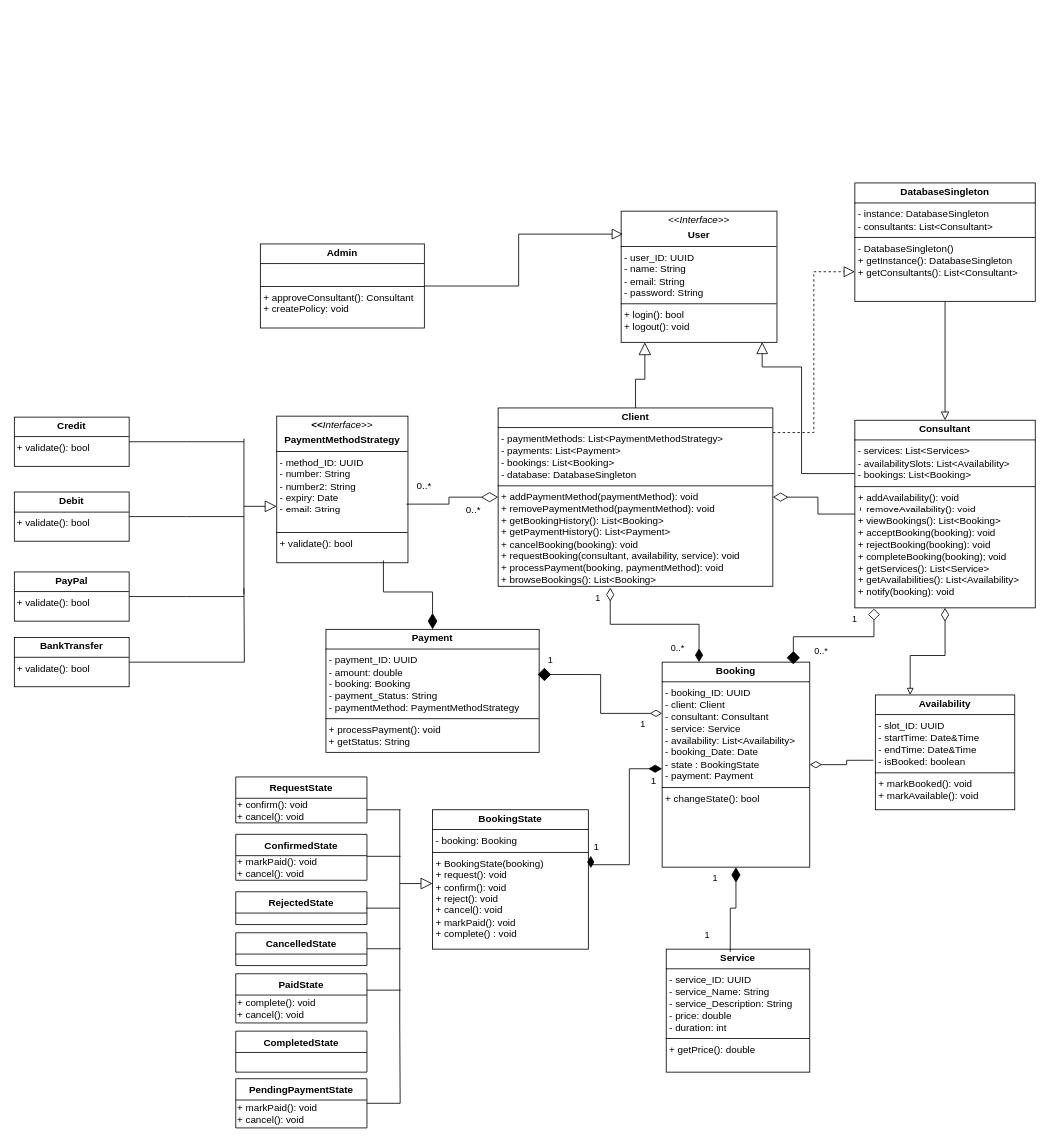
This is UML Diagrams/Class Diagrams/Class_Diagram_src.drawio.xml from yamintayyar/eecs3311-project, a draw.io file, before an edit. Source tidied: cells renumbered, new cells numbered last; positions are measured from the earlier drawing's top-left corner, leaving out a move shared by most shapes. Both pictures are drawn from the tidied source at 82%, with x=0, y=0 at pixel (14, 183).
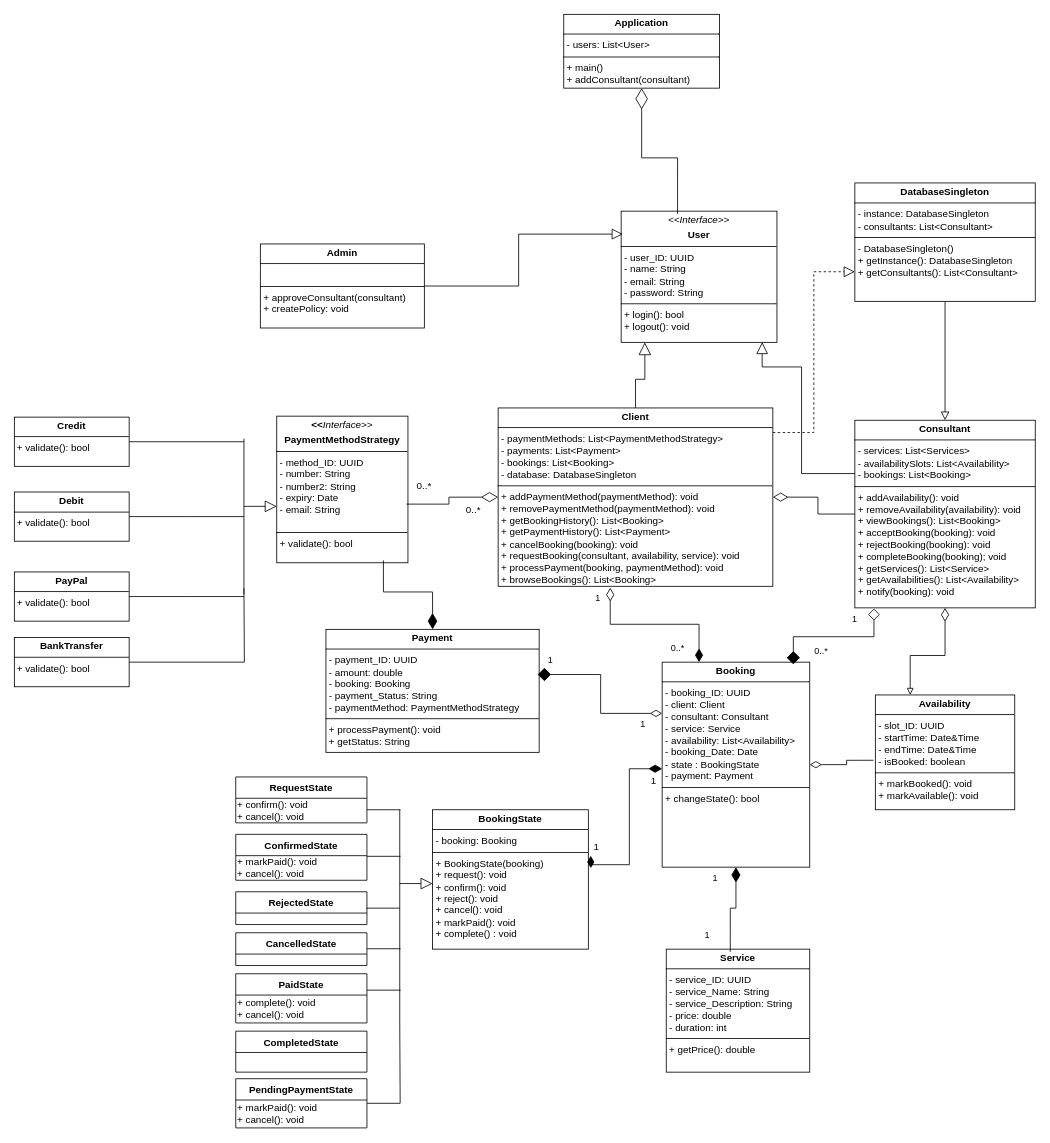
The same page after the edit.

The change refers to these unchanged cells:
```xml
<mxCell id="2" value="&lt;p style=&quot;margin:0px;margin-top:4px;text-align:center;&quot;&gt;&lt;i&gt;&amp;lt;&amp;lt;Interface&amp;gt;&amp;gt;&lt;/i&gt;&lt;/p&gt;&lt;p style=&quot;margin:0px;margin-top:4px;text-align:center;&quot;&gt;&lt;b&gt;User&lt;/b&gt;&lt;/p&gt;&lt;hr size=&quot;1&quot; style=&quot;border-style:solid;&quot;&gt;&lt;p style=&quot;margin:0px;margin-left:4px;&quot;&gt;- user_ID: UUID&lt;/p&gt;&lt;p style=&quot;margin:0px;margin-left:4px;&quot;&gt;- name: String&lt;/p&gt;&lt;p style=&quot;margin:0px;margin-left:4px;&quot;&gt;- email: String&lt;/p&gt;&lt;p style=&quot;margin:0px;margin-left:4px;&quot;&gt;- password: String&lt;/p&gt;&lt;hr size=&quot;1&quot; style=&quot;border-style:solid;&quot;&gt;&lt;p style=&quot;margin:0px;margin-left:4px;&quot;&gt;+ login(): bool&lt;/p&gt;&lt;p style=&quot;margin:0px;margin-left:4px;&quot;&gt;+ logout(): void&lt;/p&gt;" style="verticalAlign=top;align=left;overflow=fill;html=1;whiteSpace=wrap;" parent="1" vertex="1">
  <mxGeometry x="740" y="34" width="190" height="160" as="geometry" />
</mxCell>
```

Change to the diagram source:
```diff
@@
-    <mxCell id="8" value="&lt;p style=&quot;margin:0px;margin-top:4px;text-align:center;&quot;&gt;&lt;b&gt;Consultant&lt;/b&gt;&lt;/p&gt;&lt;hr size=&quot;1&quot; style=&quot;border-style:solid;&quot;&gt;&lt;p style=&quot;margin:0px;margin-left:4px;&quot;&gt;- services: List&amp;lt;Services&amp;gt;&lt;/p&gt;&lt;p style=&quot;margin:0px;margin-left:4px;&quot;&gt;- availabilitySlots: List&amp;lt;Availability&amp;gt;&lt;/p&gt;&lt;p style=&quot;margin:0px;margin-left:4px;&quot;&gt;- bookings: List&amp;lt;Booking&amp;gt;&lt;/p&gt;&lt;hr size=&quot;1&quot; style=&quot;border-style:solid;&quot;&gt;&lt;p style=&quot;margin:0px;margin-left:4px;&quot;&gt;+ addAvailability(): void&lt;/p&gt;&lt;p style=&quot;margin:0px;margin-left:4px;&quot;&gt;+ removeAvailability(): void&lt;/p&gt;&lt;p style=&quot;margin:0px;margin-left:4px;&quot;&gt;+ viewBookings(): List&amp;lt;Booking&amp;gt;&lt;/p&gt;&lt;p style=&quot;margin:0px;margin-left:4px;&quot;&gt;+ acceptBooking(booking): void&lt;/p&gt;&lt;p style=&quot;margin:0px;margin-left:4px;&quot;&gt;+ rejectBooking(booking): void&lt;/p&gt;&lt;p style=&quot;margin:0px;margin-left:4px;&quot;&gt;+ completeBooking(booking); void&lt;/p&gt;&lt;p style=&quot;margin:0px;margin-left:4px;&quot;&gt;+ getServices(): List&amp;lt;Service&amp;gt;&lt;/p&gt;&lt;p style=&quot;margin:0px;margin-left:4px;&quot;&gt;+ getAvailabilities(): List&amp;lt;Availability&amp;gt;&lt;/p&gt;&lt;p style=&quot;margin:0px;margin-left:4px;&quot;&gt;+ notify(booking): void&lt;/p&gt;" style="verticalAlign=top;align=left;overflow=fill;html=1;whiteSpace=wrap;" parent="1" vertex="1">
+    <mxCell id="8" value="&lt;p style=&quot;margin:0px;margin-top:4px;text-align:center;&quot;&gt;&lt;b&gt;Consultant&lt;/b&gt;&lt;/p&gt;&lt;hr size=&quot;1&quot; style=&quot;border-style:solid;&quot;&gt;&lt;p style=&quot;margin:0px;margin-left:4px;&quot;&gt;- services: List&amp;lt;Services&amp;gt;&lt;/p&gt;&lt;p style=&quot;margin:0px;margin-left:4px;&quot;&gt;- availabilitySlots: List&amp;lt;Availability&amp;gt;&lt;/p&gt;&lt;p style=&quot;margin:0px;margin-left:4px;&quot;&gt;- bookings: List&amp;lt;Booking&amp;gt;&lt;/p&gt;&lt;hr size=&quot;1&quot; style=&quot;border-style:solid;&quot;&gt;&lt;p style=&quot;margin:0px;margin-left:4px;&quot;&gt;+ addAvailability(): void&lt;/p&gt;&lt;p style=&quot;margin:0px;margin-left:4px;&quot;&gt;+ removeAvailability(availability): void&lt;/p&gt;&lt;p style=&quot;margin:0px;margin-left:4px;&quot;&gt;+ viewBookings(): List&amp;lt;Booking&amp;gt;&lt;/p&gt;&lt;p style=&quot;margin:0px;margin-left:4px;&quot;&gt;+ acceptBooking(booking): void&lt;/p&gt;&lt;p style=&quot;margin:0px;margin-left:4px;&quot;&gt;+ rejectBooking(booking): void&lt;/p&gt;&lt;p style=&quot;margin:0px;margin-left:4px;&quot;&gt;+ completeBooking(booking); void&lt;/p&gt;&lt;p style=&quot;margin:0px;margin-left:4px;&quot;&gt;+ getServices(): List&amp;lt;Service&amp;gt;&lt;/p&gt;&lt;p style=&quot;margin:0px;margin-left:4px;&quot;&gt;+ getAvailabilities(): List&amp;lt;Availability&amp;gt;&lt;/p&gt;&lt;p style=&quot;margin:0px;margin-left:4px;&quot;&gt;+ notify(booking): void&lt;/p&gt;" style="verticalAlign=top;align=left;overflow=fill;html=1;whiteSpace=wrap;" parent="1" vertex="1">
       <mxGeometry x="1025" y="289" width="220" height="228.8" as="geometry" />
     </mxCell>
-    <mxCell id="9" value="&lt;p style=&quot;margin:0px;margin-top:4px;text-align:center;&quot;&gt;&lt;b&gt;Admin&lt;/b&gt;&lt;/p&gt;&lt;hr size=&quot;1&quot; style=&quot;border-style:solid;&quot;&gt;&lt;p style=&quot;margin:0px;margin-left:4px;&quot;&gt;&lt;br&gt;&lt;/p&gt;&lt;hr size=&quot;1&quot; style=&quot;border-style:solid;&quot;&gt;&lt;p style=&quot;margin:0px;margin-left:4px;&quot;&gt;+ approveConsultant(): Consultant&lt;/p&gt;&lt;p style=&quot;margin:0px;margin-left:4px;&quot;&gt;+ createPolicy: void&lt;/p&gt;" style="verticalAlign=top;align=left;overflow=fill;html=1;whiteSpace=wrap;" parent="1" vertex="1">
+    <mxCell id="9" value="&lt;p style=&quot;margin:0px;margin-top:4px;text-align:center;&quot;&gt;&lt;b&gt;Admin&lt;/b&gt;&lt;/p&gt;&lt;hr size=&quot;1&quot; style=&quot;border-style:solid;&quot;&gt;&lt;p style=&quot;margin:0px;margin-left:4px;&quot;&gt;&lt;br&gt;&lt;/p&gt;&lt;hr size=&quot;1&quot; style=&quot;border-style:solid;&quot;&gt;&lt;p style=&quot;margin:0px;margin-left:4px;&quot;&gt;+ approveConsultant(consultant)&lt;/p&gt;&lt;p style=&quot;margin:0px;margin-left:4px;&quot;&gt;+ createPolicy: void&lt;/p&gt;" style="verticalAlign=top;align=left;overflow=fill;html=1;whiteSpace=wrap;" parent="1" vertex="1">
       <mxGeometry x="300" y="74" width="200" height="102.5" as="geometry" />
     </mxCell>
@@
+    <mxCell id="69" value="&lt;p style=&quot;margin:0px;margin-top:4px;text-align:center;&quot;&gt;&lt;b style=&quot;background-color: transparent; color: light-dark(rgb(0, 0, 0), rgb(255, 255, 255));&quot;&gt;Application&lt;/b&gt;&lt;/p&gt;&lt;hr size=&quot;1&quot; style=&quot;border-style:solid;&quot;&gt;&lt;p style=&quot;margin:0px;margin-left:4px;&quot;&gt;- users: List&amp;lt;User&amp;gt;&lt;/p&gt;&lt;hr size=&quot;1&quot; style=&quot;border-style:solid;&quot;&gt;&lt;p style=&quot;margin:0px;margin-left:4px;&quot;&gt;+ main()&lt;/p&gt;&lt;p style=&quot;margin:0px;margin-left:4px;&quot;&gt;+ addConsultant(consultant)&lt;/p&gt;" style="verticalAlign=top;align=left;overflow=fill;html=1;whiteSpace=wrap;" parent="1" vertex="1">
+      <mxGeometry x="670" y="-206" width="190" height="90" as="geometry" />
+    </mxCell>
+    <mxCell id="70" style="edgeStyle=orthogonalEdgeStyle;rounded=0;jettySize=auto;html=1;entryX=0.362;entryY=0.021;entryDx=0;entryDy=0;entryPerimeter=0;endArrow=none;endFill=0;startArrow=diamondThin;startFill=0;startSize=23;" parent="1" edge="1" source="69" target="2">
+      <mxGeometry relative="1" as="geometry" />
+    </mxCell>
```
